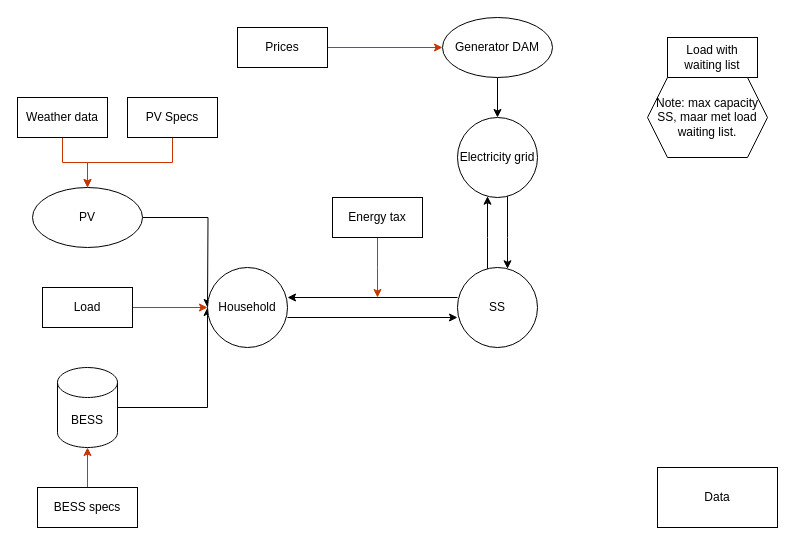
Tanneheemsbergen/pypsa-NL2025 keeps this draw.io diagram as Network_NH.drawio. Above is the earlier version. Source tidied: cells renumbered, new cells numbered last; positions are measured from the earlier drawing's top-left corner, leaving out a move shared by most shapes. Both pictures are drawn from the tidied source at 100%, with x=0, y=0 at pixel (17, 17).
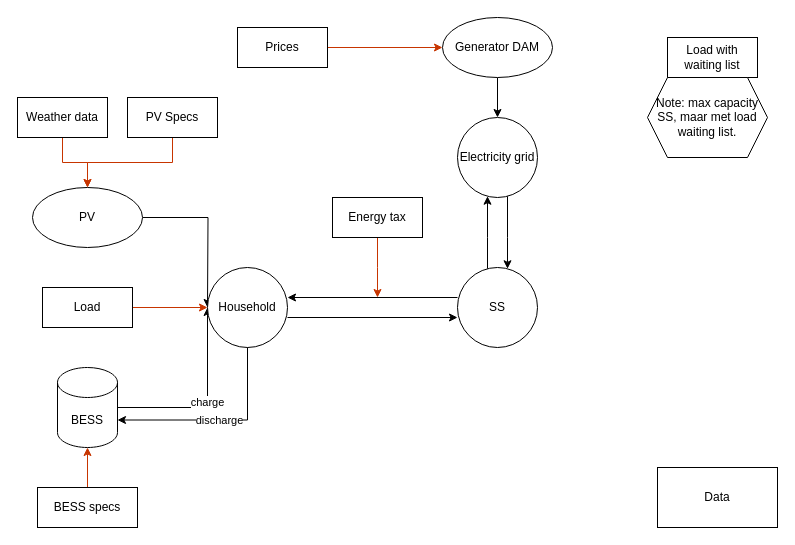
After the change.

Unchanged cells that the change refers to:
```xml
<mxCell id="4" value="BESS" style="shape=cylinder3;whiteSpace=wrap;html=1;boundedLbl=1;backgroundOutline=1;size=15;" parent="1" vertex="1">
  <mxGeometry x="40" y="350" width="60" height="80" as="geometry" />
</mxCell>
<mxCell id="27" value="Household" style="ellipse;whiteSpace=wrap;html=1;" parent="1" vertex="1">
  <mxGeometry x="190" y="250" width="80" height="80" as="geometry" />
</mxCell>
```

The edit, as a diff of the source:
```diff
@@
-    <mxCell id="3" style="edgeStyle=orthogonalEdgeStyle;rounded=0;jettySize=auto;html=1;entryX=0;entryY=0.5;entryDx=0;entryDy=0;" parent="1" edge="1" source="4" target="27">
+    <mxCell id="3" value="charge" style="edgeStyle=orthogonalEdgeStyle;rounded=0;jettySize=auto;html=1;entryX=0;entryY=0.5;entryDx=0;entryDy=0;" parent="1" edge="1" source="4" target="27">
       <mxGeometry relative="1" as="geometry">
         <Array as="points">
           <mxPoint x="190" y="390" />
         </Array>
       </mxGeometry>
     </mxCell>
@@
+    <mxCell id="30" value="discharge" style="edgeStyle=orthogonalEdgeStyle;rounded=0;jettySize=auto;html=1;exitX=0.5;exitY=1;exitDx=0;exitDy=0;entryX=1;entryY=0;entryDx=0;entryDy=52.5;entryPerimeter=0;" parent="1" edge="1" source="27" target="4">
+      <mxGeometry relative="1" as="geometry" />
+    </mxCell>
```
